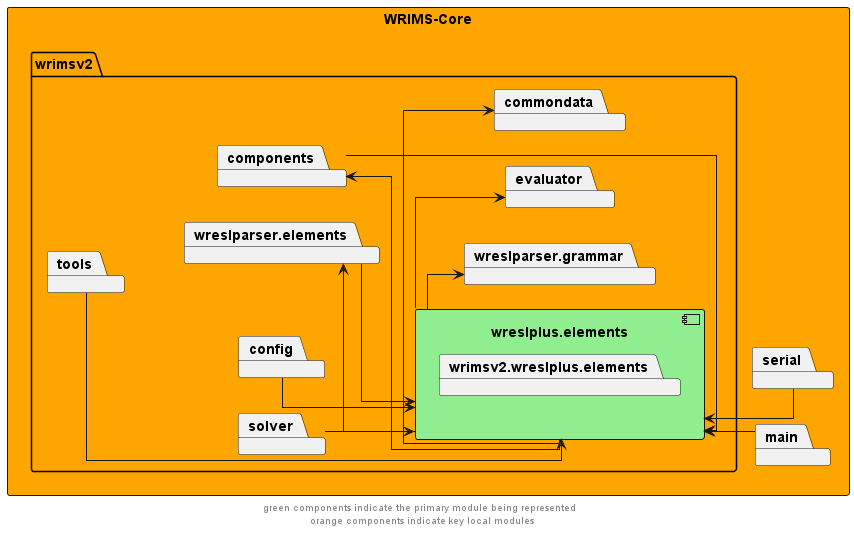
Above: docs/diagrams/wrims-core/wrims-core_wreslplus-elements.png in CentralValleyModeling/wrims (PlantUML), before the change.
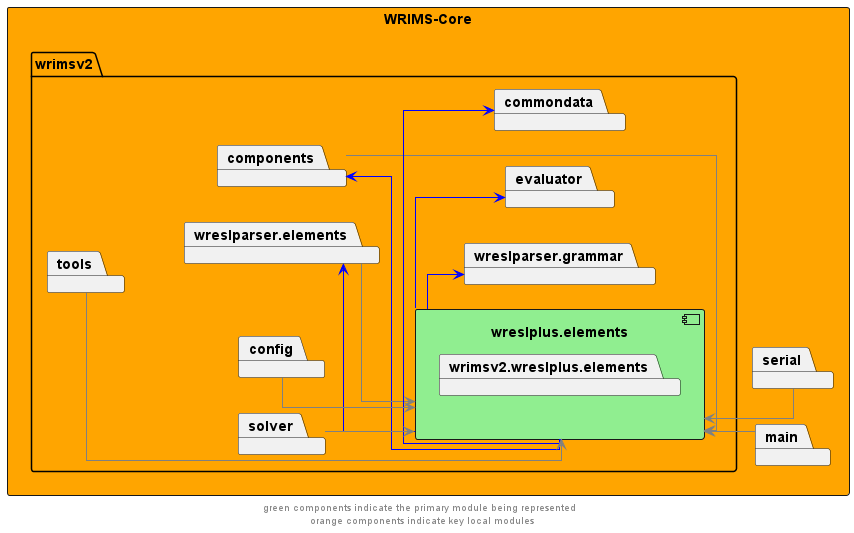
After the commit.

Diff of the diagram source:
```diff
@@ -23,21 +23,21 @@
 package serial
 }
 
-wreslplus.elements -l->  components
-components -->  wreslplus.elements
-wreslplus.elements -l->  wreslparser.elements
-wreslparser.elements -->  wreslplus.elements
+wreslplus.elements -l->  components #blue
+components -->  wreslplus.elements #grey
+wreslplus.elements -l->  wreslparser.elements #blue
+wreslparser.elements -->  wreslplus.elements #grey
 
-wreslplus.elements -r->  commondata
-wreslplus.elements -r->  evaluator
-wreslplus.elements -r->  wreslparser.grammar
+wreslplus.elements -r->  commondata #blue
+wreslplus.elements -r->  evaluator #blue
+wreslplus.elements -r->  wreslparser.grammar #blue
 
-config -->  wreslplus.elements
-solver -->  wreslplus.elements
-tools -->  wreslplus.elements
+config -->  wreslplus.elements #grey
+solver -->  wreslplus.elements #grey
+tools -->  wreslplus.elements #grey
 
-main -u-> wreslplus.elements
-serial -u-> wreslplus.elements
+main -u-> wreslplus.elements #grey
+serial -u-> wreslplus.elements #grey
 
 wreslparser.elements -u[hidden]-> tools
 
```
